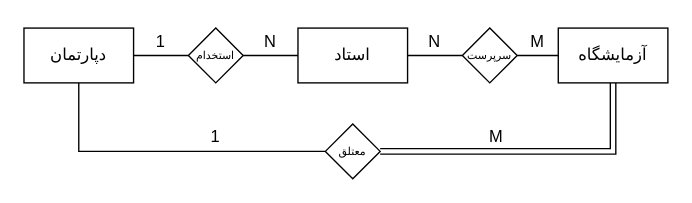
The draw.io diagram 1/ER/1-4-Fixed.drawio in HirbodBehnam/DB-Assignments, before the edit. Source tidied: cells renumbered, new cells numbered last; positions are measured from the earlier drawing's top-left corner, leaving out a move shared by most shapes. Both pictures are drawn from the tidied source at 137%, with x=0, y=0 at pixel (23, 27).
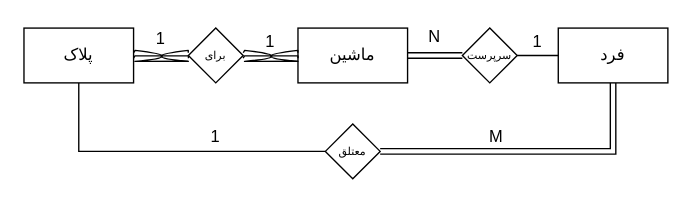
The same diagram, later.

Unchanged cells that the change refers to:
```xml
<mxCell id="11" value="سرپرست" style="rhombus;whiteSpace=wrap;html=1;fontFamily=B Yekan;fontSize=8;" parent="1" vertex="1">
  <mxGeometry x="320" width="40" height="40" as="geometry" />
</mxCell>
```

Diff of the diagram source:
```diff
@@
-    <mxCell id="3" value="دپارتمان" style="rounded=0;whiteSpace=wrap;html=1;fontFamily=B Yekan;" parent="1" vertex="1">
+    <mxCell id="3" value="پلاک" style="rounded=0;whiteSpace=wrap;html=1;fontFamily=B Yekan;" parent="1" vertex="1">
       <mxGeometry width="80" height="40" as="geometry" />
     </mxCell>
-    <mxCell id="4" value="استاد" style="rounded=0;whiteSpace=wrap;html=1;fontFamily=B Yekan;" parent="1" vertex="1">
+    <mxCell id="4" value="ماشین" style="rounded=0;whiteSpace=wrap;html=1;fontFamily=B Yekan;" parent="1" vertex="1">
       <mxGeometry x="200" width="80" height="40" as="geometry" />
     </mxCell>
-    <mxCell id="5" value="آزمایشگاه" style="rounded=0;whiteSpace=wrap;html=1;fontFamily=B Yekan;" parent="1" vertex="1">
+    <mxCell id="5" value="فرد" style="rounded=0;whiteSpace=wrap;html=1;fontFamily=B Yekan;" parent="1" vertex="1">
       <mxGeometry x="390" width="80" height="40" as="geometry" />
     </mxCell>
-    <mxCell id="6" style="edgeStyle=orthogonalEdgeStyle;rounded=1;jettySize=auto;html=1;entryX=1;entryY=0.5;entryDx=0;entryDy=0;fontFamily=B Yekan;strokeColor=default;endArrow=none;endFill=0;" parent="1" edge="1" source="8" target="3">
-      <mxGeometry relative="1" as="geometry" />
+    <mxCell id="6" style="edgeStyle=orthogonalEdgeStyle;rounded=1;orthogonalLoop=1;jettySize=auto;html=1;entryX=1;entryY=0.5;entryDx=0;entryDy=0;fontFamily=B Yekan;strokeColor=default;endArrow=none;endFill=0;shape=link;" parent="1" edge="1">
+      <mxGeometry relative="1" as="geometry">
+        <mxPoint x="120" y="20" as="sourcePoint" />
+        <mxPoint x="80" y="20" as="targetPoint" />
+      </mxGeometry>
     </mxCell>
-    <mxCell id="7" style="edgeStyle=orthogonalEdgeStyle;rounded=1;jettySize=auto;html=1;entryX=0;entryY=0.5;entryDx=0;entryDy=0;fontFamily=B Yekan;endArrow=none;endFill=0;strokeColor=default;" parent="1" edge="1" source="8" target="4">
-      <mxGeometry relative="1" as="geometry" />
+    <mxCell id="7" style="edgeStyle=orthogonalEdgeStyle;rounded=1;orthogonalLoop=1;jettySize=auto;html=1;entryX=0;entryY=0.5;entryDx=0;entryDy=0;fontFamily=B Yekan;endArrow=none;endFill=0;strokeColor=default;shape=link;" parent="1" edge="1">
+      <mxGeometry relative="1" as="geometry">
+        <mxPoint x="160" y="20" as="sourcePoint" />
+        <mxPoint x="200" y="20" as="targetPoint" />
+      </mxGeometry>
     </mxCell>
-    <mxCell id="8" value="استخدام" style="rhombus;whiteSpace=wrap;html=1;fontFamily=B Yekan;fontSize=8;" parent="1" vertex="1">
+    <mxCell id="8" value="برای" style="rhombus;whiteSpace=wrap;html=1;fontFamily=B Yekan;fontSize=8;" parent="1" vertex="1">
       <mxGeometry x="120" width="40" height="40" as="geometry" />
     </mxCell>
-    <mxCell id="9" style="edgeStyle=orthogonalEdgeStyle;rounded=1;jettySize=auto;html=1;entryX=1;entryY=0.5;entryDx=0;entryDy=0;fontFamily=B Yekan;endArrow=none;endFill=0;strokeColor=default;" parent="1" edge="1" source="11" target="4">
+    <mxCell id="9" style="edgeStyle=orthogonalEdgeStyle;rounded=1;jettySize=auto;html=1;entryX=1;entryY=0.5;entryDx=0;entryDy=0;fontFamily=B Yekan;endArrow=none;endFill=0;strokeColor=default;shape=link;" parent="1" edge="1" source="11" target="4">
       <mxGeometry relative="1" as="geometry" />
     </mxCell>
@@
     <mxCell id="12" value="1" style="text;html=1;strokeColor=none;fillColor=none;align=center;verticalAlign=middle;whiteSpace=wrap;rounded=0;" parent="1" vertex="1">
-      <mxGeometry x="80" width="40" height="20" as="geometry" />
+      <mxGeometry x="80" y="-2" width="40" height="20" as="geometry" />
     </mxCell>
-    <mxCell id="13" value="N" style="text;html=1;strokeColor=none;fillColor=none;align=center;verticalAlign=middle;whiteSpace=wrap;rounded=0;" parent="1" vertex="1">
+    <mxCell id="13" value="1" style="text;html=1;strokeColor=none;fillColor=none;align=center;verticalAlign=middle;whiteSpace=wrap;rounded=0;" parent="1" vertex="1">
       <mxGeometry x="160" width="40" height="20" as="geometry" />
     </mxCell>
     <mxCell id="14" value="N" style="text;html=1;strokeColor=none;fillColor=none;align=center;verticalAlign=middle;whiteSpace=wrap;rounded=0;" parent="1" vertex="1">
-      <mxGeometry x="280" width="40" height="20" as="geometry" />
+      <mxGeometry x="280" y="-3" width="40" height="20" as="geometry" />
     </mxCell>
-    <mxCell id="15" value="M" style="text;html=1;strokeColor=none;fillColor=none;align=center;verticalAlign=middle;whiteSpace=wrap;rounded=0;" parent="1" vertex="1">
+    <mxCell id="15" value="1" style="text;html=1;strokeColor=none;fillColor=none;align=center;verticalAlign=middle;whiteSpace=wrap;rounded=0;" parent="1" vertex="1">
       <mxGeometry x="360" width="30" height="20" as="geometry" />
     </mxCell>
```
